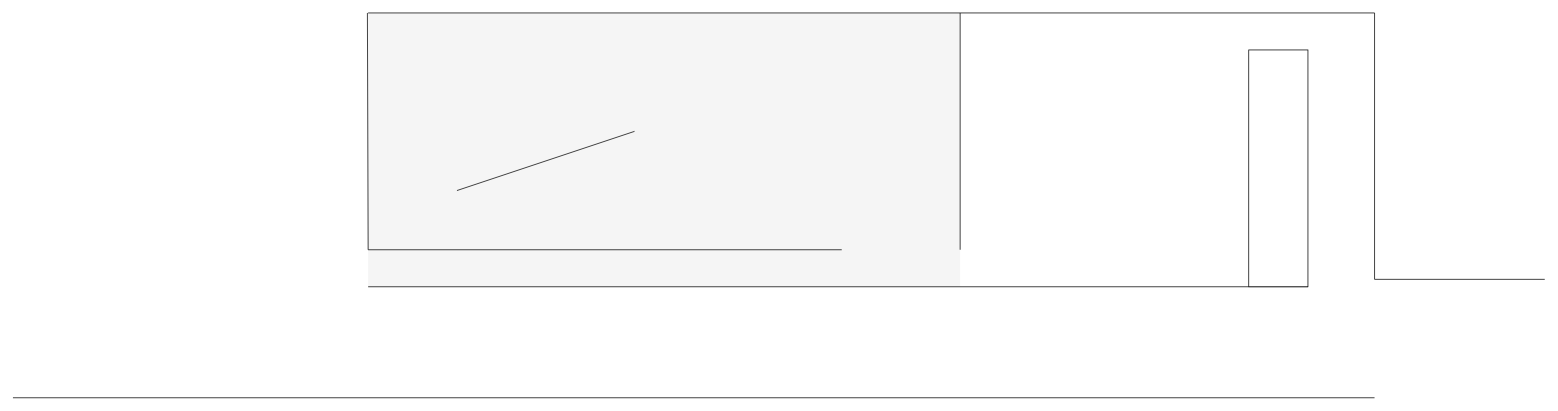
This is assets/map.drawio.xml from balooval/blob, a draw.io file, before an edit. Source tidied: cells renumbered, new cells numbered last; positions are measured from the earlier drawing's top-left corner, leaving out a move shared by most shapes. Both pictures are drawn from the tidied source at 74%, with x=0, y=0 at pixel (13, 13).
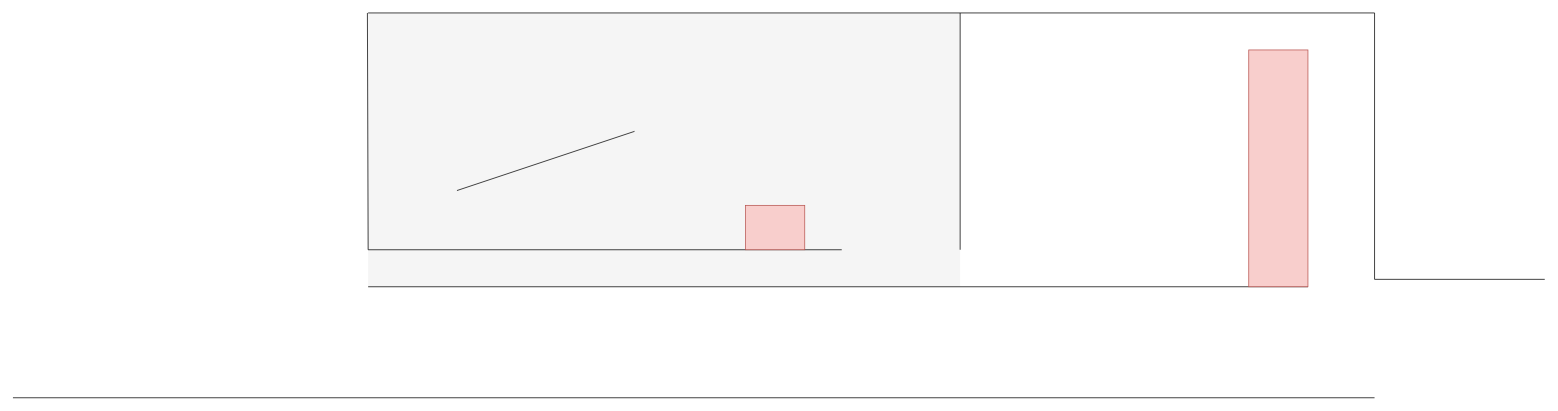
Above is the later version.

Diff of the diagram source:
```diff
@@
-    <mxCell id="9" value=" " style="rounded=0;whiteSpace=wrap;html=1;" parent="1" vertex="1">
+    <mxCell id="9" value=" " style="rounded=0;whiteSpace=wrap;html=1;fillColor=#f8cecc;strokeColor=#b85450;" parent="1" vertex="1">
       <mxGeometry x="1670" y="50" width="80" height="320" as="geometry" />
     </mxCell>
@@
+    <mxCell id="12" value=" " style="rounded=0;whiteSpace=wrap;html=1;fillColor=#f8cecc;strokeColor=#b85450;" parent="1" vertex="1">
+      <mxGeometry x="990" y="260" width="80" height="60" as="geometry" />
+    </mxCell>
```
